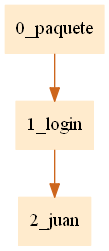
Earlier version of the Graphviz export pr1Compilarodores2/paquete.png (JamesMelgar/compi2javaccpr1). Its source is kept beside it as pr1Compilarodores2/paquete.dot. Its diagram source:
```dot
digraph G {node[shape=box, style=filled, color=blanchedalmond]; edge[color=chocolate3];rankdir=UD

"0_paquete"->"1_login""1_login"->"2_juan"

}
```
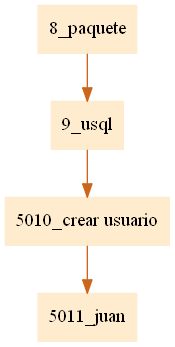
Later version of the same file.

The edit, as a diff of the source:
```diff
@@ -1,5 +1,5 @@
 digraph G {node[shape=box, style=filled, color=blanchedalmond]; edge[color=chocolate3];rankdir=UD
 
-"0_paquete"->"1_login""1_login"->"2_juan"
+"8_paquete"->"9_usql""9_usql"->"5010_crear usuario""5010_crear usuario"->"5011_juan"
 
 }
```
